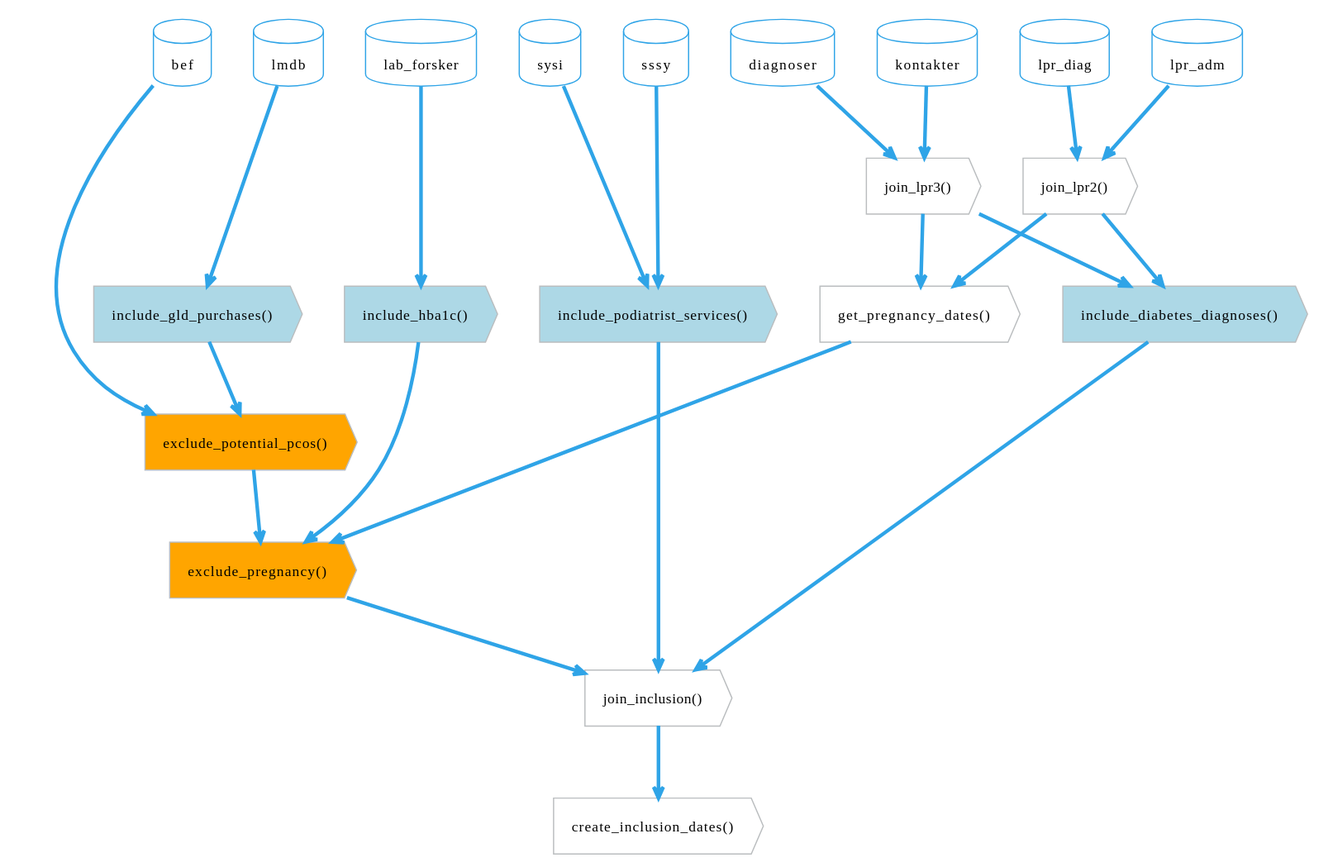
Before: vignettes/articles/function-flow-population.svg, a diagram exported from PlantUML (steno-aarhus/osdc).
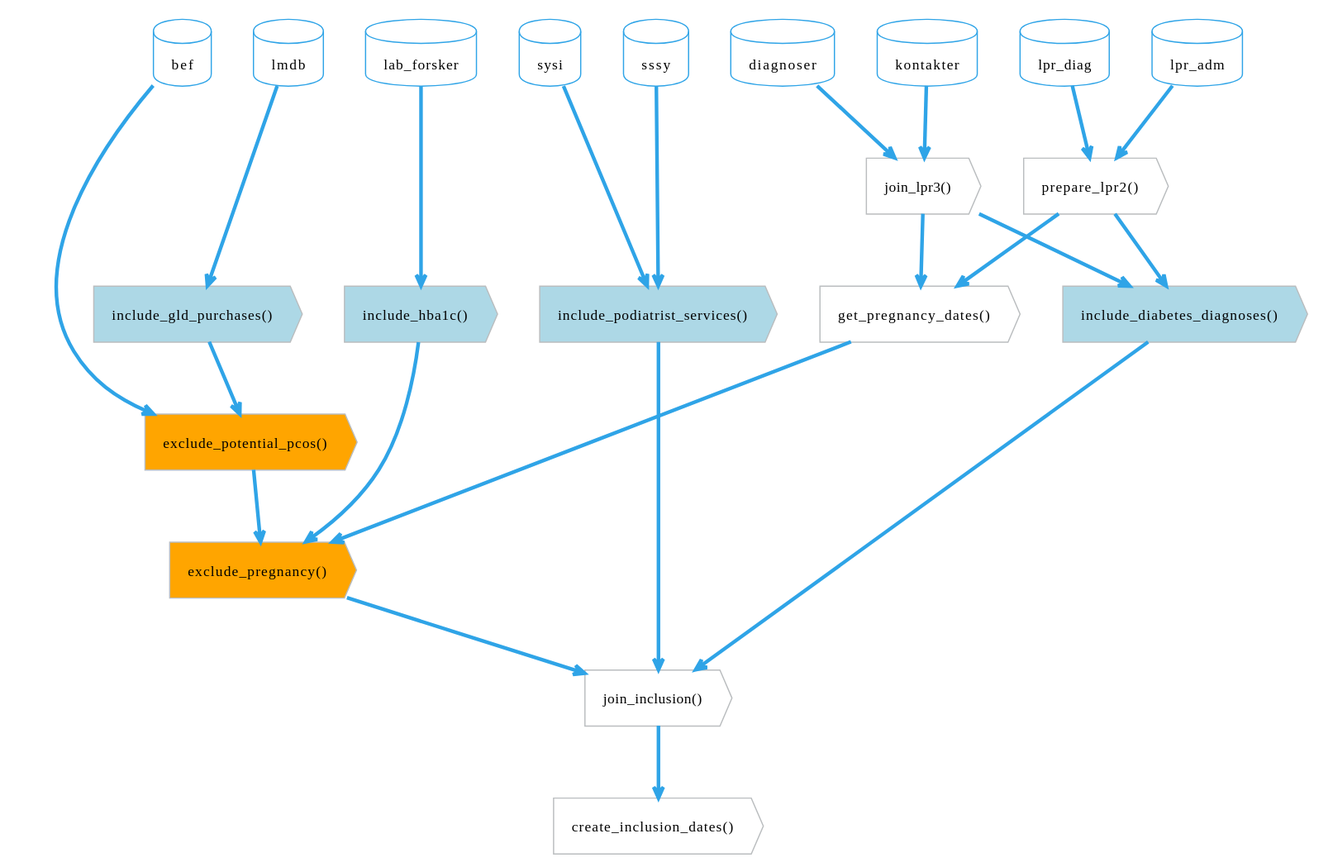
Above is the later version.

Commit message:
refactor: :recycle: update `join_lpr2()` to be `prepare_lpr2()` (#272)

Diff of the diagram source:
```diff
@@ -27,7 +27,7 @@
         database bef
     }
     together {
-            action "join_lpr2()" as lpr2
+            action "prepare_lpr2()" as lpr2
             action "join_lpr3()" as lpr3
     }
 
```
